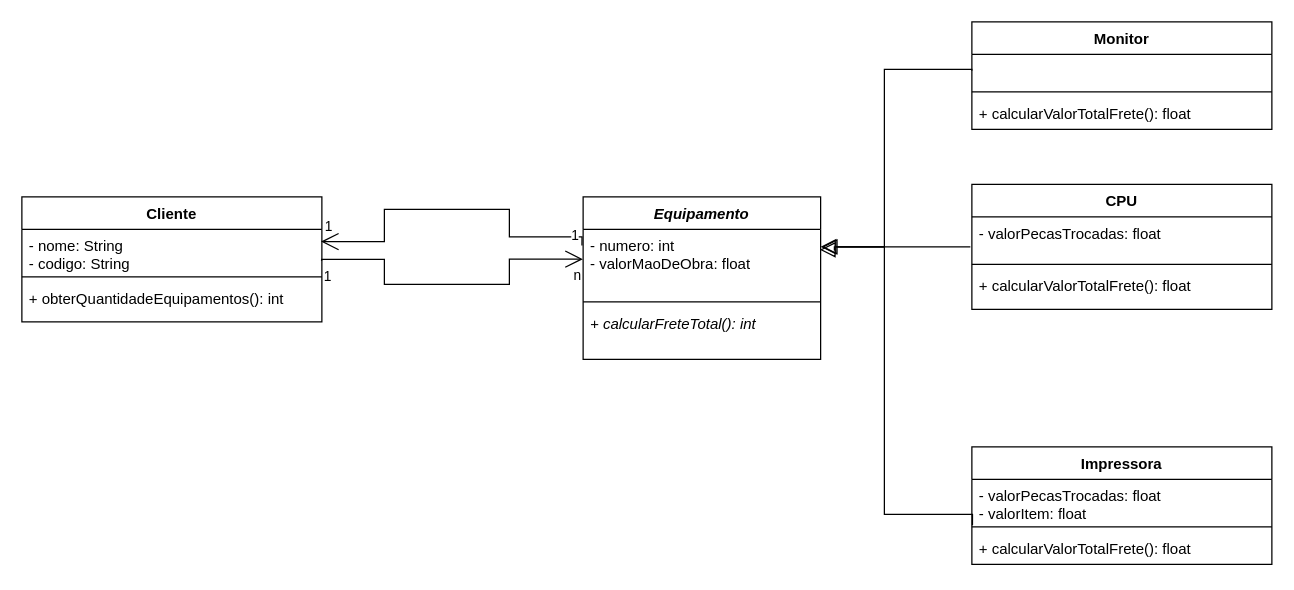
The draw.io diagram page "Ex5" (5 of 9) of Lista4/T_LP - Lista4.drawio in M-Tereza/LP1, before the edit. Source tidied: cells renumbered, new cells numbered last; positions are measured from the earlier drawing's top-left corner, leaving out a move shared by most shapes. Both pictures are drawn from the tidied source at 125%, with x=0, y=0 at pixel (21, 21).
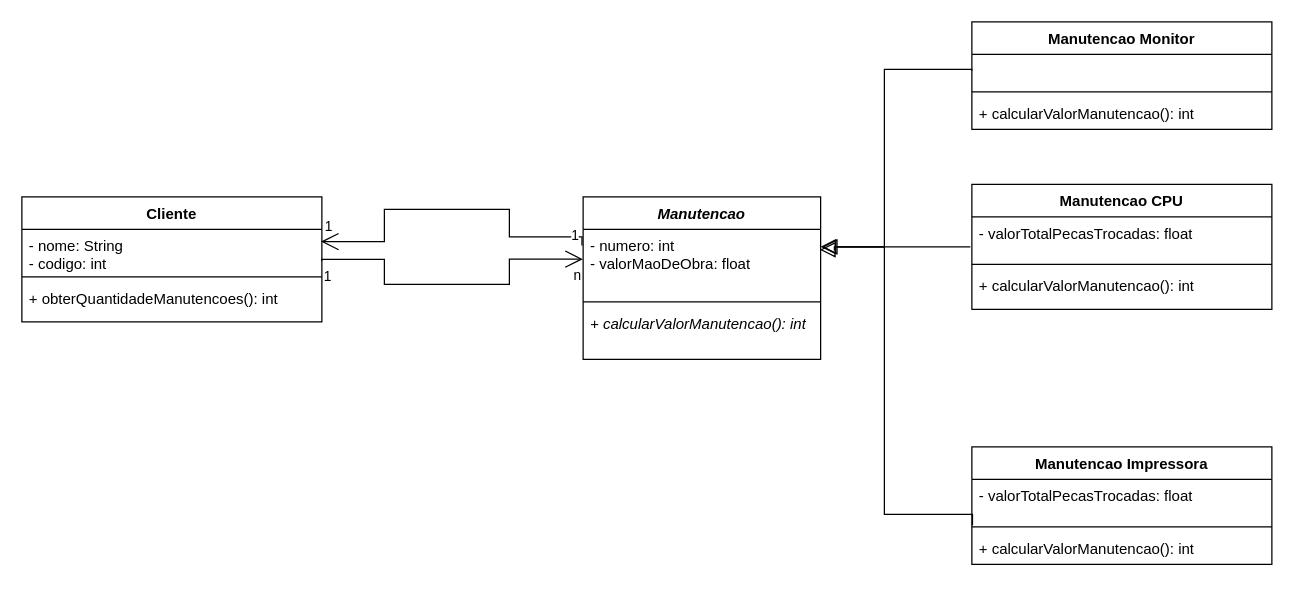
Above is the later version.

The change refers to these unchanged cells:
```xml
<mxCell id="2" value="Cliente" style="swimlane;fontStyle=1;align=center;verticalAlign=top;horizontal=1;startSize=26;whiteSpace=wrap;html=1;" parent="1" vertex="1">
  <mxGeometry y="140" width="240" height="100" as="geometry" />
</mxCell>
```

Diff of the diagram source:
```diff
@@
-    <mxCell id="3" value="- nome: String&lt;div&gt;- codigo: String&lt;/div&gt;" style="text;strokeColor=none;fillColor=none;align=left;verticalAlign=top;spacingLeft=4;spacingRight=4;overflow=hidden;points=[[0,0.5],[1,0.5]];portConstraint=eastwest;whiteSpace=wrap;html=1;" parent="2" vertex="1">
+    <mxCell id="3" value="- nome: String&lt;div&gt;- codigo:&amp;nbsp;&lt;span style=&quot;background-color: transparent; color: light-dark(rgb(0, 0, 0), rgb(255, 255, 255));&quot;&gt;int&lt;/span&gt;&lt;/div&gt;" style="text;strokeColor=none;fillColor=none;align=left;verticalAlign=top;spacingLeft=4;spacingRight=4;overflow=hidden;points=[[0,0.5],[1,0.5]];portConstraint=eastwest;whiteSpace=wrap;html=1;" parent="2" vertex="1">
       <mxGeometry y="26" width="240" height="34" as="geometry" />
     </mxCell>
@@
-    <mxCell id="5" value="+ obterQuantidadeEquipamentos(): int&lt;span style=&quot;background-color: transparent; color: light-dark(rgb(0, 0, 0), rgb(255, 255, 255));&quot;&gt;&amp;nbsp;&lt;/span&gt;" style="text;strokeColor=none;fillColor=none;align=left;verticalAlign=top;spacingLeft=4;spacingRight=4;overflow=hidden;whiteSpace=wrap;html=1;" parent="2" vertex="1">
+    <mxCell id="5" value="+ obterQuantidadeManutencoes(): int&lt;span style=&quot;background-color: transparent; color: light-dark(rgb(0, 0, 0), rgb(255, 255, 255));&quot;&gt;&amp;nbsp;&lt;/span&gt;" style="text;strokeColor=none;fillColor=none;align=left;verticalAlign=top;spacingLeft=4;spacingRight=4;overflow=hidden;whiteSpace=wrap;html=1;" parent="2" vertex="1">
       <mxGeometry y="68" width="240" height="32" as="geometry" />
     </mxCell>
-    <mxCell id="6" value="&lt;i&gt;Equipamento&lt;/i&gt;" style="swimlane;fontStyle=1;align=center;verticalAlign=top;horizontal=1;startSize=26;whiteSpace=wrap;html=1;" parent="1" vertex="1">
+    <mxCell id="6" value="&lt;i&gt;Manutencao&lt;/i&gt;" style="swimlane;fontStyle=1;align=center;verticalAlign=top;horizontal=1;startSize=26;whiteSpace=wrap;html=1;" parent="1" vertex="1">
       <mxGeometry x="449" y="140" width="190" height="130" as="geometry" />
     </mxCell>
@@
-    <mxCell id="9" value="&lt;div&gt;&lt;i&gt;+ calcularFreteTotal(): int&lt;/i&gt;&lt;/div&gt;" style="text;strokeColor=none;fillColor=none;align=left;verticalAlign=top;spacingLeft=4;spacingRight=4;overflow=hidden;whiteSpace=wrap;html=1;" parent="6" vertex="1">
+    <mxCell id="9" value="&lt;div&gt;&lt;i&gt;+ calcularValorManutencao(): int&lt;/i&gt;&lt;/div&gt;" style="text;strokeColor=none;fillColor=none;align=left;verticalAlign=top;spacingLeft=4;spacingRight=4;overflow=hidden;whiteSpace=wrap;html=1;" parent="6" vertex="1">
       <mxGeometry y="88" width="190" height="42" as="geometry" />
     </mxCell>
-    <mxCell id="10" value="CPU" style="swimlane;fontStyle=1;align=center;verticalAlign=top;horizontal=1;startSize=26;whiteSpace=wrap;html=1;" parent="1" vertex="1">
+    <mxCell id="10" value="Manutencao CPU" style="swimlane;fontStyle=1;align=center;verticalAlign=top;horizontal=1;startSize=26;whiteSpace=wrap;html=1;" parent="1" vertex="1">
       <mxGeometry x="760" y="130" width="240" height="100" as="geometry" />
     </mxCell>
-    <mxCell id="11" value="- valorPecasTrocadas: float" style="text;strokeColor=none;fillColor=none;align=left;verticalAlign=top;spacingLeft=4;spacingRight=4;overflow=hidden;points=[[0,0.5],[1,0.5]];portConstraint=eastwest;whiteSpace=wrap;html=1;" parent="10" vertex="1">
+    <mxCell id="11" value="- valorTotalPecasTrocadas: float" style="text;strokeColor=none;fillColor=none;align=left;verticalAlign=top;spacingLeft=4;spacingRight=4;overflow=hidden;points=[[0,0.5],[1,0.5]];portConstraint=eastwest;whiteSpace=wrap;html=1;" parent="10" vertex="1">
       <mxGeometry y="26" width="240" height="34" as="geometry" />
     </mxCell>
@@
-    <mxCell id="13" value="+ calcular&lt;span style=&quot;color: light-dark(rgb(0, 0, 0), rgb(255, 255, 255)); background-color: transparent;&quot;&gt;ValorTotalFrete(): float&lt;/span&gt;" style="text;strokeColor=none;fillColor=none;align=left;verticalAlign=top;spacingLeft=4;spacingRight=4;overflow=hidden;whiteSpace=wrap;html=1;" parent="10" vertex="1">
+    <mxCell id="13" value="+ calcularValorManutencao(): int" style="text;strokeColor=none;fillColor=none;align=left;verticalAlign=top;spacingLeft=4;spacingRight=4;overflow=hidden;whiteSpace=wrap;html=1;" parent="10" vertex="1">
       <mxGeometry y="68" width="240" height="32" as="geometry" />
     </mxCell>
@@
-    <mxCell id="23" value="Monitor" style="swimlane;fontStyle=1;align=center;verticalAlign=top;horizontal=1;startSize=26;whiteSpace=wrap;html=1;" parent="1" vertex="1">
+    <mxCell id="23" value="Manutencao Monitor" style="swimlane;fontStyle=1;align=center;verticalAlign=top;horizontal=1;startSize=26;whiteSpace=wrap;html=1;" parent="1" vertex="1">
       <mxGeometry x="760" width="240" height="86" as="geometry" />
     </mxCell>
@@
-    <mxCell id="26" value="&lt;div&gt;+ calcular&lt;span style=&quot;background-color: transparent; color: light-dark(rgb(0, 0, 0), rgb(255, 255, 255));&quot;&gt;ValorTotalFrete(): float&lt;/span&gt;&lt;/div&gt;" style="text;strokeColor=none;fillColor=none;align=left;verticalAlign=top;spacingLeft=4;spacingRight=4;overflow=hidden;whiteSpace=wrap;html=1;" parent="23" vertex="1">
+    <mxCell id="26" value="+ calcularValorManutencao(): int" style="text;strokeColor=none;fillColor=none;align=left;verticalAlign=top;spacingLeft=4;spacingRight=4;overflow=hidden;whiteSpace=wrap;html=1;" parent="23" vertex="1">
       <mxGeometry y="60" width="240" height="26" as="geometry" />
     </mxCell>
-    <mxCell id="27" value="Impressora" style="swimlane;fontStyle=1;align=center;verticalAlign=top;horizontal=1;startSize=26;whiteSpace=wrap;html=1;" parent="1" vertex="1">
+    <mxCell id="27" value="Manutencao Impressora" style="swimlane;fontStyle=1;align=center;verticalAlign=top;horizontal=1;startSize=26;whiteSpace=wrap;html=1;" parent="1" vertex="1">
       <mxGeometry x="760" y="340" width="240" height="94" as="geometry" />
     </mxCell>
-    <mxCell id="28" value="- valorPecasTrocadas: float&lt;br&gt;&lt;div&gt;&lt;span style=&quot;background-color: transparent; color: light-dark(rgb(0, 0, 0), rgb(255, 255, 255));&quot;&gt;- valorItem: float&lt;/span&gt;&lt;/div&gt;" style="text;strokeColor=none;fillColor=none;align=left;verticalAlign=top;spacingLeft=4;spacingRight=4;overflow=hidden;points=[[0,0.5],[1,0.5]];portConstraint=eastwest;whiteSpace=wrap;html=1;" parent="27" vertex="1">
+    <mxCell id="28" value="- valorTotalPecasTrocadas: float" style="text;strokeColor=none;fillColor=none;align=left;verticalAlign=top;spacingLeft=4;spacingRight=4;overflow=hidden;points=[[0,0.5],[1,0.5]];portConstraint=eastwest;whiteSpace=wrap;html=1;" parent="27" vertex="1">
       <mxGeometry y="26" width="240" height="34" as="geometry" />
     </mxCell>
@@
-    <mxCell id="30" value="+ calcular&lt;span style=&quot;color: light-dark(rgb(0, 0, 0), rgb(255, 255, 255)); background-color: transparent;&quot;&gt;ValorTotalFrete(): float&lt;/span&gt;" style="text;strokeColor=none;fillColor=none;align=left;verticalAlign=top;spacingLeft=4;spacingRight=4;overflow=hidden;whiteSpace=wrap;html=1;" parent="27" vertex="1">
+    <mxCell id="30" value="+ calcularValorManutencao(): int" style="text;strokeColor=none;fillColor=none;align=left;verticalAlign=top;spacingLeft=4;spacingRight=4;overflow=hidden;whiteSpace=wrap;html=1;" parent="27" vertex="1">
       <mxGeometry y="68" width="240" height="26" as="geometry" />
     </mxCell>
```
